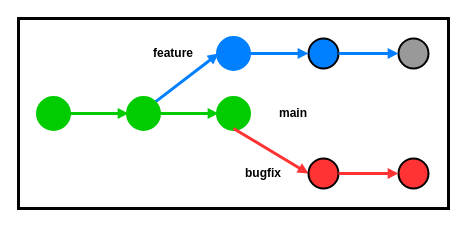
yuukougun/procon-sandbox keeps this draw.io diagram as page "debug_cleate_branch" (2 of 3) of diagrams/contributing/exp_debug.drawio. Above is the earlier version. Source tidied: cells renumbered, new cells numbered last; positions are measured from the earlier drawing's top-left corner, leaving out a move shared by most shapes. Both pictures are drawn from the tidied source at 100%, with x=0, y=0 at pixel (18, 18).
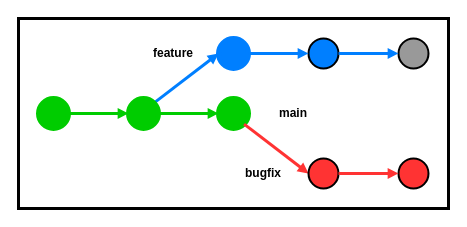
Above is the later version.

The change refers to these unchanged cells:
```xml
<mxCell id="13" style="ellipse;whiteSpace=wrap;html=1;strokeWidth=5;strokeColor=#00CC00;fillColor=#00CC00;perimeterSpacing=0;fillStyle=auto;shadow=0;fontColor=#ffffff;" parent="1" vertex="1">
  <mxGeometry x="200" y="80" width="30" height="30" as="geometry" />
</mxCell>
<mxCell id="18" style="ellipse;whiteSpace=wrap;html=1;strokeWidth=2;strokeColor=#000000;fillColor=#FF3333;perimeterSpacing=0;fillStyle=auto;shadow=0;fontColor=#ffffff;" parent="17" vertex="1">
  <mxGeometry x="90" width="30" height="30" as="geometry" />
</mxCell>
```

What changed in the source:
```diff
@@
-    <mxCell id="16" style="endArrow=block;html=1;strokeColor=#FF3333;endFill=1;strokeWidth=3;endSize=3;entryX=0;entryY=0.5;entryDx=0;entryDy=0;exitX=0.5;exitY=1;exitDx=0;exitDy=0;" parent="1" edge="1" source="13" target="18">
+    <mxCell id="16" style="endArrow=block;html=1;strokeColor=#FF3333;endFill=1;strokeWidth=3;endSize=3;entryX=0;entryY=0.5;entryDx=0;entryDy=0;exitX=1;exitY=1;exitDx=0;exitDy=0;" parent="1" edge="1" source="13" target="18">
       <mxGeometry relative="1" as="geometry" />
     </mxCell>
```
